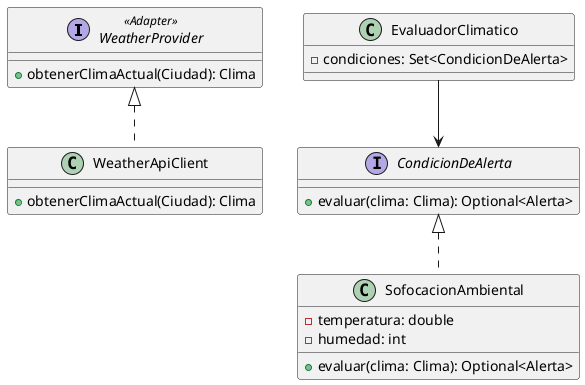
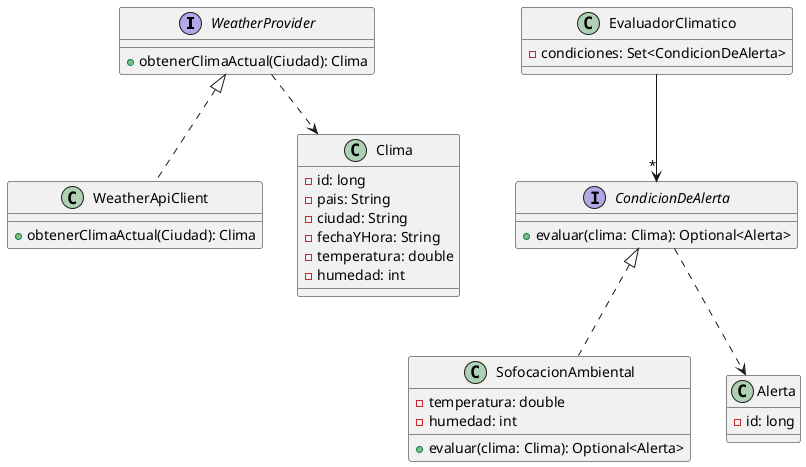
@startuml

- interface WeatherProvider <<Adapter>> {
+ interface WeatherProvider {
    + obtenerClimaActual(Ciudad): Clima
}

class WeatherApiClient implements WeatherProvider {
    + obtenerClimaActual(Ciudad): Clima
}

class EvaluadorClimatico {
    - condiciones: Set<CondicionDeAlerta>
}

interface CondicionDeAlerta {
    + evaluar(clima: Clima): Optional<Alerta>
}

class SofocacionAmbiental implements CondicionDeAlerta {
    - temperatura: double
    - humedad: int

    + evaluar(clima: Clima): Optional<Alerta>
}
- EvaluadorClimatico --> CondicionDeAlerta
+ 
+ class Clima {
+     - id: long
+     - pais: String
+     - ciudad: String
+     - fechaYHora: String
+     - temperatura: double
+     - humedad: int
+ }
+ 
+ class Alerta {
+     - id: long
+ }
+ 
+ EvaluadorClimatico --> "*" CondicionDeAlerta
+ WeatherProvider ..> Clima
+ CondicionDeAlerta ..> Alerta
@enduml